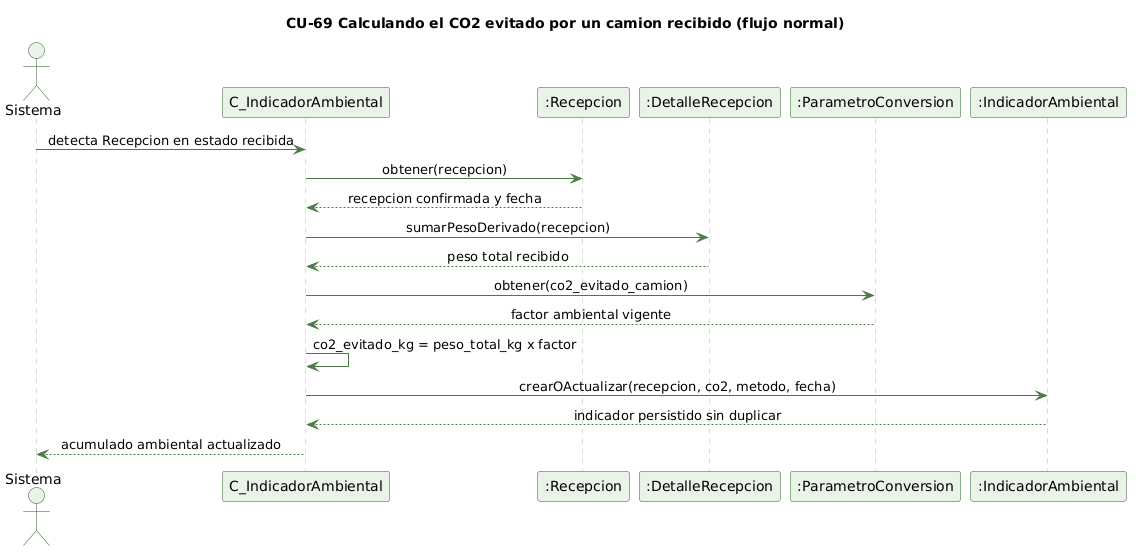
The PlantUML diagram docs/trabajo-grupal/diagramas/secuencias/cu69-co2-recepcion-normal.png in kenjikaese/Triverde, before a commit. Source of this version:
```plantuml
@startuml cu69-co2-recepcion-normal
skinparam backgroundColor #FFFFFF
skinparam shadowing false
skinparam defaultFontName Helvetica
skinparam sequenceMessageAlign center
skinparam ParticipantBackgroundColor #EAF3E7
skinparam ParticipantBorderColor #2E5E2A
skinparam ActorBackgroundColor #EAF3E7
skinparam ActorBorderColor #2E5E2A
skinparam sequenceLifeLineBorderColor #9CC49A
skinparam ArrowColor #4B7A46

title CU-69 Calculando el CO2 evitado por un camion recibido (flujo normal)

actor Sistema
participant "C_IndicadorAmbiental" as C
participant ":Recepcion" as R
participant ":DetalleRecepcion" as DR
participant ":ParametroConversion" as PC
participant ":IndicadorAmbiental" as IA

Sistema -> C : detecta Recepcion en estado recibida
C -> R : obtener(recepcion)
R --> C : recepcion confirmada y fecha
C -> DR : sumarPesoDerivado(recepcion)
DR --> C : peso total recibido
C -> PC : obtener(co2_evitado_camion)
PC --> C : factor ambiental vigente
C -> C : co2_evitado_kg = peso_total_kg x factor
C -> IA : crearOActualizar(recepcion, co2, metodo, fecha)
IA --> C : indicador persistido sin duplicar
C --> Sistema : acumulado ambiental actualizado

@enduml
```
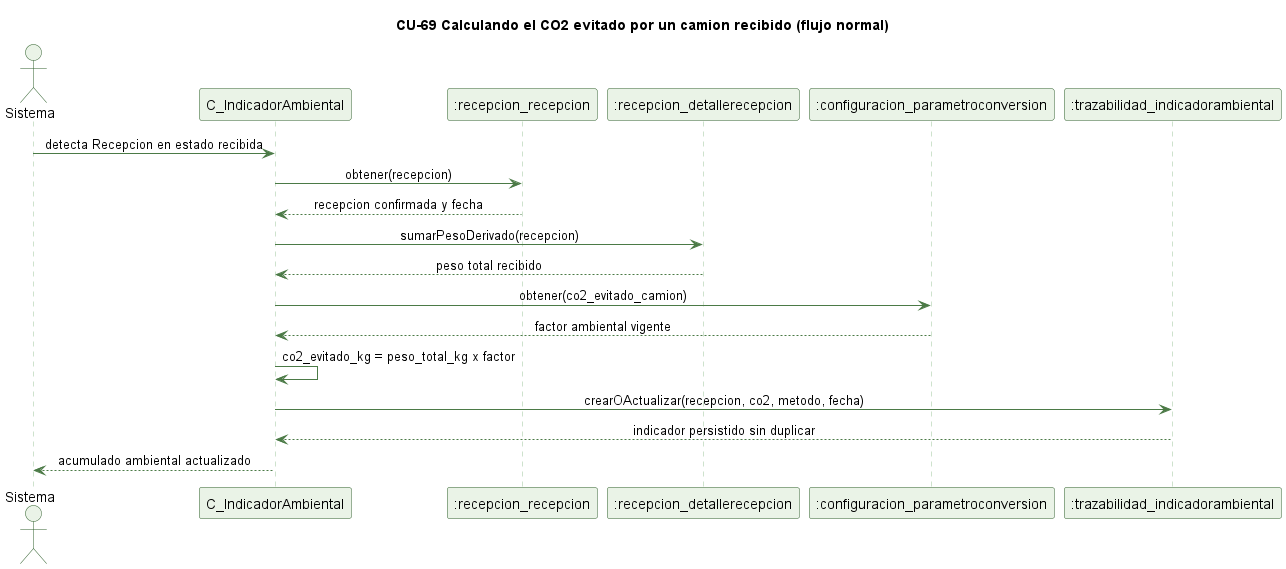
After the change.

Diff of the diagram source:
```diff
@@ -14,10 +14,10 @@
 
 actor Sistema
 participant "C_IndicadorAmbiental" as C
-participant ":Recepcion" as R
-participant ":DetalleRecepcion" as DR
-participant ":ParametroConversion" as PC
-participant ":IndicadorAmbiental" as IA
+participant ":recepcion_recepcion" as R
+participant ":recepcion_detallerecepcion" as DR
+participant ":configuracion_parametroconversion" as PC
+participant ":trazabilidad_indicadorambiental" as IA
 
 Sistema -> C : detecta Recepcion en estado recibida
 C -> R : obtener(recepcion)
```
